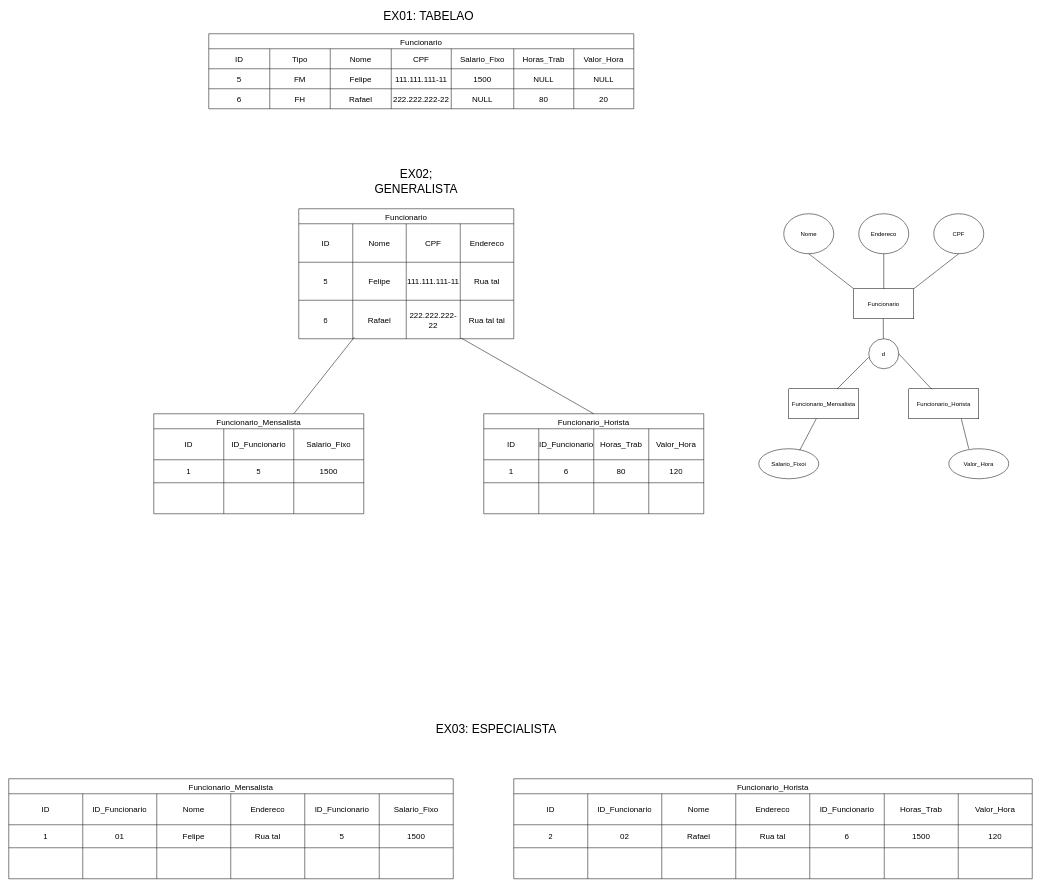
Earlier version of the draw.io diagram Aula05-20-08-25/ex01.drawio (FelipeJester/BANCO-DE-DADOS). Source tidied: cells renumbered, new cells numbered last; positions are measured from the earlier drawing's top-left corner, leaving out a move shared by most shapes. Both pictures are drawn from the tidied source at 50%, with x=0, y=0 at pixel (8, 8).
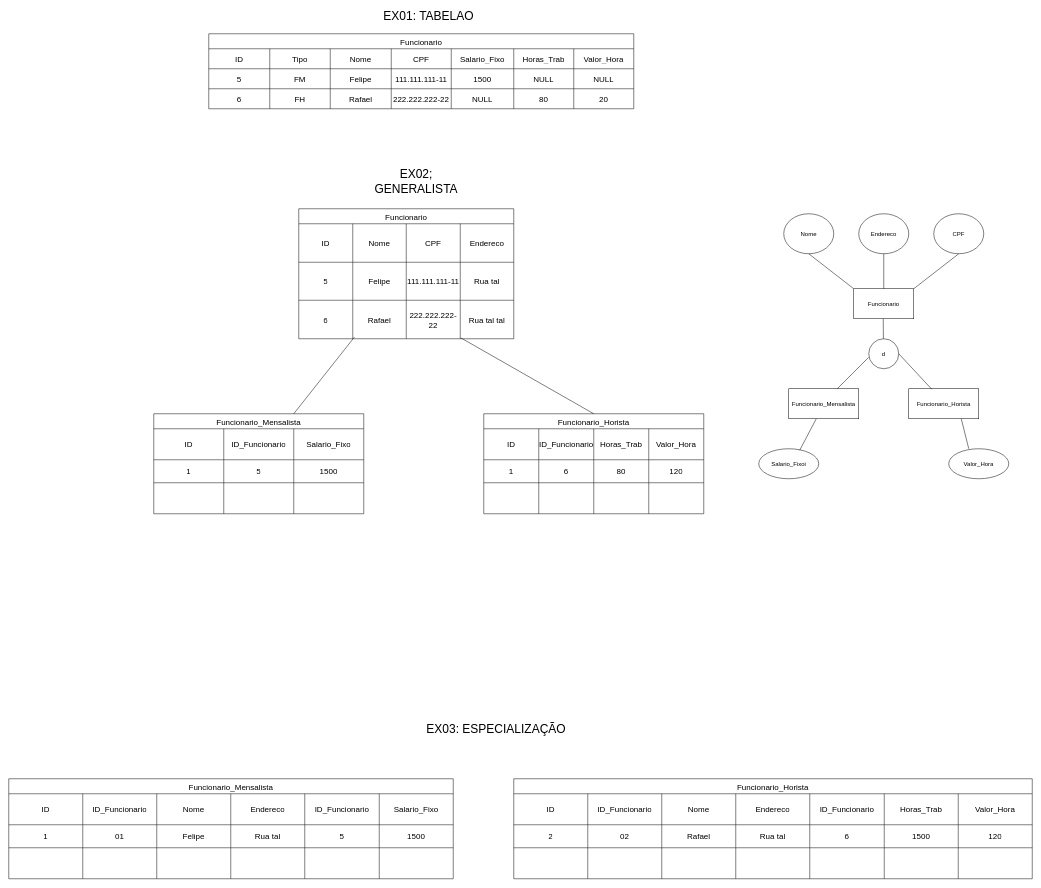
The same diagram, later.

The edit, as a diff of the source:
```diff
@@
-    <mxCell id="140" value="&lt;font style=&quot;font-size: 24px;&quot;&gt;EX03: ESPECIALISTA&lt;/font&gt;" style="text;html=1;align=center;verticalAlign=middle;whiteSpace=wrap;rounded=0;" parent="1" vertex="1">
+    <mxCell id="140" value="&lt;font style=&quot;font-size: 24px;&quot;&gt;EX03: ESPECIALIZAÇÃO&lt;/font&gt;" style="text;html=1;align=center;verticalAlign=middle;whiteSpace=wrap;rounded=0;" parent="1" vertex="1">
       <mxGeometry x="770" y="1340" width="410" height="200" as="geometry" />
     </mxCell>
```
